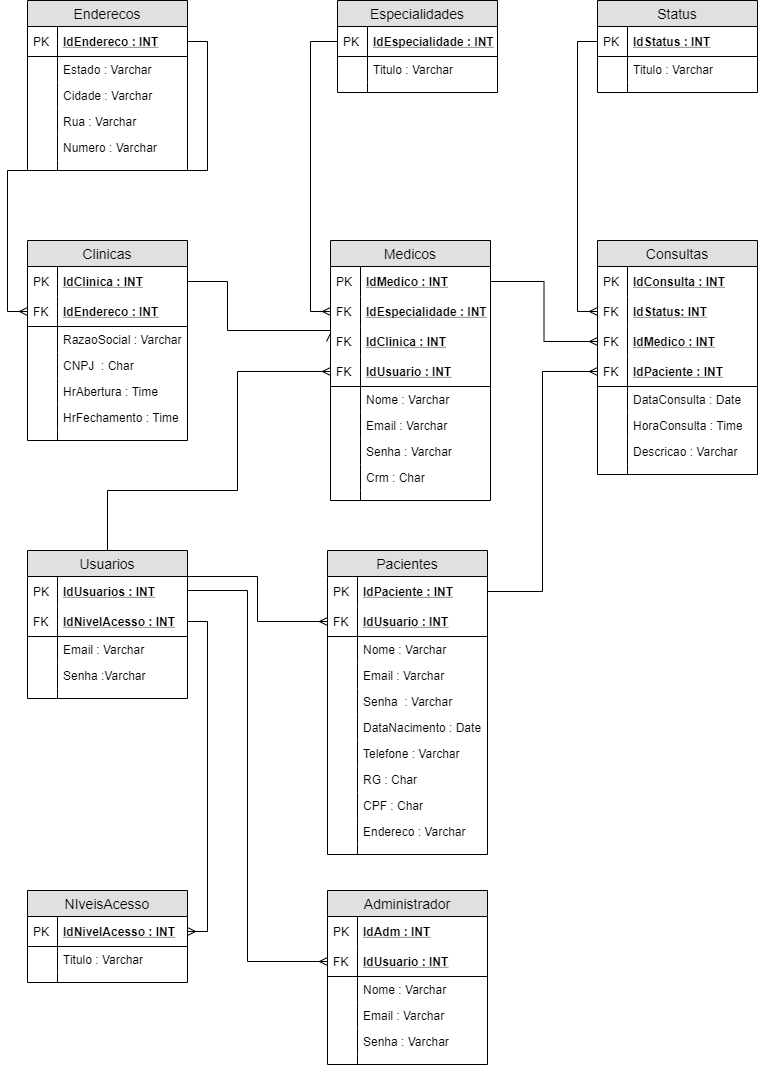
This is Modelagem/Modelo-02-Fisico .png from israaoliver/Senai_Spmedgroup_sprint1_bd_tarde_IsraelOliveira, a draw.io export, as it was before one commit. Source tidied: cells renumbered, new cells last; positions are measured from the earlier drawing's top-left corner, leaving out a move shared by most shapes.
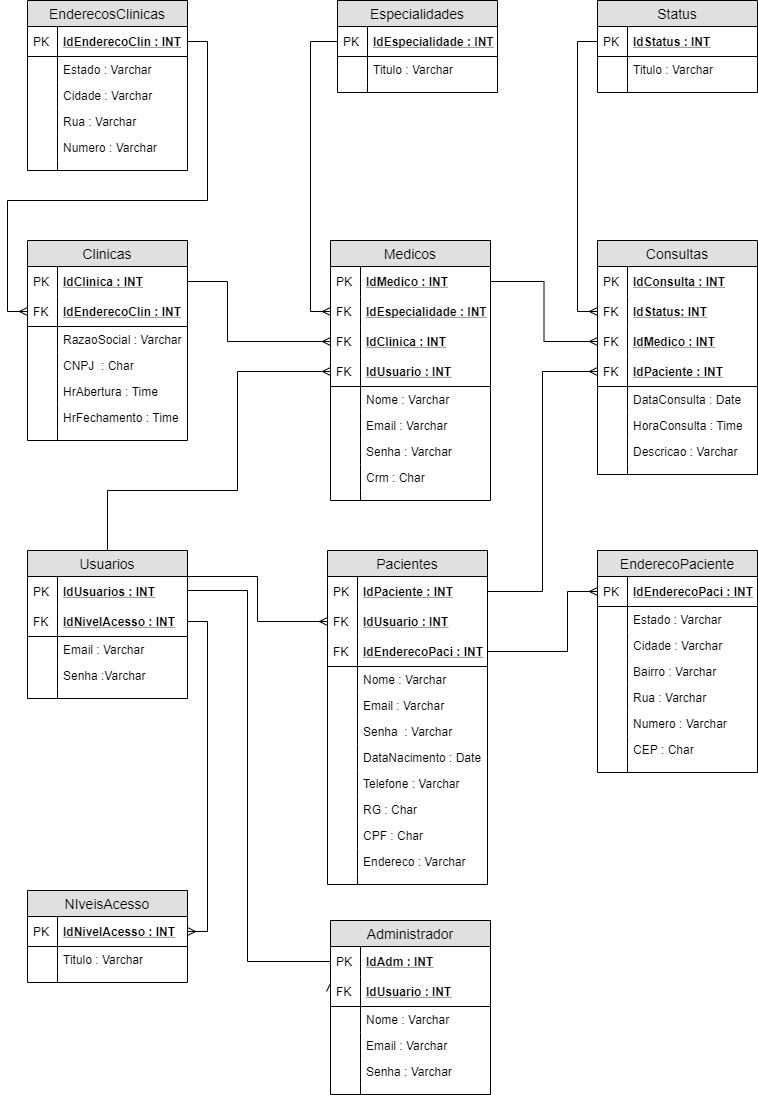
Above is the later version.

The edit, as a diff of the source:
```diff
@@ -6,16 +6,16 @@
       <mxGeometry relative="1" as="geometry">
         <Array as="points">
           <mxPoint x="200" y="41" />
-          <mxPoint x="200" y="170" />
-          <mxPoint y="170" />
+          <mxPoint x="200" y="200" />
+          <mxPoint y="200" />
           <mxPoint y="311" />
         </Array>
       </mxGeometry>
     </mxCell>
-    <mxCell id="3" value="Enderecos" style="swimlane;fontStyle=0;horizontal=1;startSize=26;fillColor=#e0e0e0;swimlaneFillColor=#ffffff;align=center;fontSize=14;" parent="1" vertex="1">
+    <mxCell id="3" value="EnderecosClinicas" style="swimlane;fontStyle=0;horizontal=1;startSize=26;fillColor=#e0e0e0;swimlaneFillColor=#ffffff;align=center;fontSize=14;" parent="1" vertex="1">
       <mxGeometry x="20" width="160" height="170" as="geometry" />
     </mxCell>
-    <mxCell id="4" value="IdEndereco : INT" style="shape=partialRectangle;top=0;left=0;right=0;bottom=1;align=left;verticalAlign=middle;fillColor=none;spacingLeft=34;spacingRight=4;overflow=hidden;points=[[0,0.5],[1,0.5]];portConstraint=eastwest;fontStyle=5;fontSize=12;" parent="3" vertex="1">
+    <mxCell id="4" value="IdEnderecoClin : INT" style="shape=partialRectangle;top=0;left=0;right=0;bottom=1;align=left;verticalAlign=middle;fillColor=none;spacingLeft=34;spacingRight=4;overflow=hidden;points=[[0,0.5],[1,0.5]];portConstraint=eastwest;fontStyle=5;fontSize=12;" parent="3" vertex="1">
       <mxGeometry y="26" width="160" height="30" as="geometry" />
     </mxCell>
     <mxCell id="5" value="PK" style="shape=partialRectangle;top=0;left=0;bottom=0;fillColor=none;align=left;verticalAlign=middle;spacingLeft=4;spacingRight=4;overflow=hidden;fontSize=12;" parent="4" vertex="1">
@@ -42,9 +42,9 @@
     <mxCell id="12" value="Numero : Varchar" style="shape=partialRectangle;top=0;left=0;right=0;bottom=0;align=left;verticalAlign=top;fillColor=none;spacingLeft=34;spacingRight=4;overflow=hidden;fontSize=12;" parent="3" vertex="1">
       <mxGeometry y="134" width="160" height="26" as="geometry" />
     </mxCell>
-    <mxCell id="13" style="shape=partialRectangle;top=0;left=0;bottom=0;fillColor=none;align=left;verticalAlign=top;spacingLeft=4;spacingRight=4;overflow=hidden;fontSize=12;" parent="12" vertex="1">
-      <mxGeometry width="30" height="26" as="geometry" />
-    </mxCell>
+    <mxCell id="144" style="shape=partialRectangle;top=0;left=0;bottom=0;fillColor=none;align=left;verticalAlign=top;spacingLeft=4;spacingRight=4;overflow=hidden;fontSize=12;" parent="12" vertex="1">
+      <mxGeometry width="30" height="26" as="geometry" />
+    </mxCell>
     <mxCell id="14" style="shape=partialRectangle;top=0;left=0;right=0;bottom=0;align=left;verticalAlign=top;fillColor=none;spacingLeft=34;spacingRight=4;overflow=hidden;fontSize=12;" parent="3" vertex="1">
       <mxGeometry y="160" width="160" height="10" as="geometry" />
     </mxCell>
@@ -100,8 +100,7 @@
       <mxGeometry relative="1" as="geometry">
         <Array as="points">
           <mxPoint x="220" y="281" />
-          <mxPoint x="220" y="330" />
-          <mxPoint x="323" y="330" />
+          <mxPoint x="220" y="341" />
         </Array>
       </mxGeometry>
     </mxCell>
@@ -114,7 +113,7 @@
     <mxCell id="34" value="PK" style="shape=partialRectangle;top=0;left=0;bottom=0;fillColor=none;align=left;verticalAlign=middle;spacingLeft=4;spacingRight=4;overflow=hidden;fontSize=12;" parent="33" vertex="1">
       <mxGeometry width="30" height="30" as="geometry" />
     </mxCell>
-    <mxCell id="35" value="IdEndereco : INT" style="shape=partialRectangle;top=0;left=0;right=0;bottom=1;align=left;verticalAlign=middle;fillColor=none;spacingLeft=34;spacingRight=4;overflow=hidden;points=[[0,0.5],[1,0.5]];portConstraint=eastwest;fontStyle=5;fontSize=12;" parent="32" vertex="1">
+    <mxCell id="35" value="IdEnderecoClin : INT" style="shape=partialRectangle;top=0;left=0;right=0;bottom=1;align=left;verticalAlign=middle;fillColor=none;spacingLeft=34;spacingRight=4;overflow=hidden;points=[[0,0.5],[1,0.5]];portConstraint=eastwest;fontStyle=5;fontSize=12;" parent="32" vertex="1">
       <mxGeometry y="56" width="160" height="30" as="geometry" />
     </mxCell>
     <mxCell id="36" value="FK" style="shape=partialRectangle;top=0;left=0;bottom=0;fillColor=none;align=left;verticalAlign=middle;spacingLeft=4;spacingRight=4;overflow=hidden;fontSize=12;" parent="35" vertex="1">
@@ -290,7 +289,7 @@
       <mxGeometry width="30" height="10" as="geometry" />
     </mxCell>
     <mxCell id="88" value="Pacientes" style="swimlane;fontStyle=0;horizontal=1;startSize=26;fillColor=#e0e0e0;swimlaneFillColor=#ffffff;align=center;fontSize=14;strokeColor=#000000;" parent="1" vertex="1">
-      <mxGeometry x="320" y="550" width="160" height="304" as="geometry" />
+      <mxGeometry x="320" y="550" width="160" height="334" as="geometry" />
     </mxCell>
     <mxCell id="89" value="IdPaciente : INT" style="shape=partialRectangle;top=0;left=0;right=0;bottom=1;align=left;verticalAlign=middle;fillColor=none;spacingLeft=34;spacingRight=4;overflow=hidden;points=[[0,0.5],[1,0.5]];portConstraint=eastwest;fontStyle=5;fontSize=12;strokeColor=none;" parent="88" vertex="1">
       <mxGeometry y="26" width="160" height="30" as="geometry" />
@@ -298,68 +297,74 @@
     <mxCell id="90" value="PK" style="shape=partialRectangle;top=0;left=0;bottom=0;fillColor=none;align=left;verticalAlign=middle;spacingLeft=4;spacingRight=4;overflow=hidden;fontSize=12;" parent="89" vertex="1">
       <mxGeometry width="30" height="30" as="geometry" />
     </mxCell>
-    <mxCell id="91" value="IdUsuario : INT" style="shape=partialRectangle;top=0;left=0;right=0;bottom=1;align=left;verticalAlign=middle;fillColor=none;spacingLeft=34;spacingRight=4;overflow=hidden;points=[[0,0.5],[1,0.5]];portConstraint=eastwest;fontStyle=5;fontSize=12;" parent="88" vertex="1">
+    <mxCell id="91" value="IdUsuario : INT" style="shape=partialRectangle;top=0;left=0;right=0;bottom=1;align=left;verticalAlign=middle;fillColor=none;spacingLeft=34;spacingRight=4;overflow=hidden;points=[[0,0.5],[1,0.5]];portConstraint=eastwest;fontStyle=5;fontSize=12;strokeColor=none;" parent="88" vertex="1">
       <mxGeometry y="56" width="160" height="30" as="geometry" />
     </mxCell>
     <mxCell id="92" value="FK" style="shape=partialRectangle;top=0;left=0;bottom=0;fillColor=none;align=left;verticalAlign=middle;spacingLeft=4;spacingRight=4;overflow=hidden;fontSize=12;" parent="91" vertex="1">
       <mxGeometry width="30" height="30" as="geometry" />
     </mxCell>
+    <mxCell id="145" value="IdEnderecoPaci : INT" style="shape=partialRectangle;top=0;left=0;right=0;bottom=1;align=left;verticalAlign=middle;fillColor=none;spacingLeft=34;spacingRight=4;overflow=hidden;points=[[0,0.5],[1,0.5]];portConstraint=eastwest;fontStyle=5;fontSize=12;" parent="88" vertex="1">
+      <mxGeometry y="86" width="160" height="30" as="geometry" />
+    </mxCell>
+    <mxCell id="146" value="FK" style="shape=partialRectangle;top=0;left=0;bottom=0;fillColor=none;align=left;verticalAlign=middle;spacingLeft=4;spacingRight=4;overflow=hidden;fontSize=12;" parent="145" vertex="1">
+      <mxGeometry width="30" height="30" as="geometry" />
+    </mxCell>
     <mxCell id="93" value="Nome : Varchar" style="shape=partialRectangle;top=0;left=0;right=0;bottom=0;align=left;verticalAlign=top;fillColor=none;spacingLeft=34;spacingRight=4;overflow=hidden;fontSize=12;" parent="88" vertex="1">
-      <mxGeometry y="86" width="160" height="26" as="geometry" />
+      <mxGeometry y="116" width="160" height="26" as="geometry" />
     </mxCell>
     <mxCell id="94" style="shape=partialRectangle;top=0;left=0;bottom=0;fillColor=none;align=left;verticalAlign=top;spacingLeft=4;spacingRight=4;overflow=hidden;fontSize=12;" parent="93" vertex="1">
       <mxGeometry width="30" height="26" as="geometry" />
     </mxCell>
     <mxCell id="95" value="Email : Varchar" style="shape=partialRectangle;top=0;left=0;right=0;bottom=0;align=left;verticalAlign=top;fillColor=none;spacingLeft=34;spacingRight=4;overflow=hidden;fontSize=12;" parent="88" vertex="1">
-      <mxGeometry y="112" width="160" height="26" as="geometry" />
+      <mxGeometry y="142" width="160" height="26" as="geometry" />
     </mxCell>
     <mxCell id="96" style="shape=partialRectangle;top=0;left=0;bottom=0;fillColor=none;align=left;verticalAlign=top;spacingLeft=4;spacingRight=4;overflow=hidden;fontSize=12;" parent="95" vertex="1">
       <mxGeometry width="30" height="26" as="geometry" />
     </mxCell>
     <mxCell id="97" value="Senha  : Varchar" style="shape=partialRectangle;top=0;left=0;right=0;bottom=0;align=left;verticalAlign=top;fillColor=none;spacingLeft=34;spacingRight=4;overflow=hidden;fontSize=12;" parent="88" vertex="1">
-      <mxGeometry y="138" width="160" height="26" as="geometry" />
+      <mxGeometry y="168" width="160" height="26" as="geometry" />
     </mxCell>
     <mxCell id="98" style="shape=partialRectangle;top=0;left=0;bottom=0;fillColor=none;align=left;verticalAlign=top;spacingLeft=4;spacingRight=4;overflow=hidden;fontSize=12;" parent="97" vertex="1">
       <mxGeometry width="30" height="26" as="geometry" />
     </mxCell>
     <mxCell id="99" value="DataNacimento : Date" style="shape=partialRectangle;top=0;left=0;right=0;bottom=0;align=left;verticalAlign=top;fillColor=none;spacingLeft=34;spacingRight=4;overflow=hidden;fontSize=12;" parent="88" vertex="1">
-      <mxGeometry y="164" width="160" height="26" as="geometry" />
+      <mxGeometry y="194" width="160" height="26" as="geometry" />
     </mxCell>
     <mxCell id="100" style="shape=partialRectangle;top=0;left=0;bottom=0;fillColor=none;align=left;verticalAlign=top;spacingLeft=4;spacingRight=4;overflow=hidden;fontSize=12;" parent="99" vertex="1">
       <mxGeometry width="30" height="26" as="geometry" />
     </mxCell>
     <mxCell id="101" value="Telefone : Varchar" style="shape=partialRectangle;top=0;left=0;right=0;bottom=0;align=left;verticalAlign=top;fillColor=none;spacingLeft=34;spacingRight=4;overflow=hidden;fontSize=12;" parent="88" vertex="1">
-      <mxGeometry y="190" width="160" height="26" as="geometry" />
+      <mxGeometry y="220" width="160" height="26" as="geometry" />
     </mxCell>
     <mxCell id="102" style="shape=partialRectangle;top=0;left=0;bottom=0;fillColor=none;align=left;verticalAlign=top;spacingLeft=4;spacingRight=4;overflow=hidden;fontSize=12;" parent="101" vertex="1">
       <mxGeometry width="30" height="26" as="geometry" />
     </mxCell>
     <mxCell id="103" value="RG : Char&#10;" style="shape=partialRectangle;top=0;left=0;right=0;bottom=0;align=left;verticalAlign=top;fillColor=none;spacingLeft=34;spacingRight=4;overflow=hidden;fontSize=12;" parent="88" vertex="1">
-      <mxGeometry y="216" width="160" height="26" as="geometry" />
+      <mxGeometry y="246" width="160" height="26" as="geometry" />
     </mxCell>
     <mxCell id="104" style="shape=partialRectangle;top=0;left=0;bottom=0;fillColor=none;align=left;verticalAlign=top;spacingLeft=4;spacingRight=4;overflow=hidden;fontSize=12;" parent="103" vertex="1">
       <mxGeometry width="30" height="26" as="geometry" />
     </mxCell>
     <mxCell id="105" value="CPF : Char" style="shape=partialRectangle;top=0;left=0;right=0;bottom=0;align=left;verticalAlign=top;fillColor=none;spacingLeft=34;spacingRight=4;overflow=hidden;fontSize=12;" parent="88" vertex="1">
-      <mxGeometry y="242" width="160" height="26" as="geometry" />
+      <mxGeometry y="272" width="160" height="26" as="geometry" />
     </mxCell>
     <mxCell id="106" style="shape=partialRectangle;top=0;left=0;bottom=0;fillColor=none;align=left;verticalAlign=top;spacingLeft=4;spacingRight=4;overflow=hidden;fontSize=12;" parent="105" vertex="1">
       <mxGeometry width="30" height="26" as="geometry" />
     </mxCell>
     <mxCell id="107" value="Endereco : Varchar" style="shape=partialRectangle;top=0;left=0;right=0;bottom=0;align=left;verticalAlign=top;fillColor=none;spacingLeft=34;spacingRight=4;overflow=hidden;fontSize=12;" parent="88" vertex="1">
-      <mxGeometry y="268" width="160" height="26" as="geometry" />
+      <mxGeometry y="298" width="160" height="26" as="geometry" />
     </mxCell>
     <mxCell id="108" style="shape=partialRectangle;top=0;left=0;bottom=0;fillColor=none;align=left;verticalAlign=top;spacingLeft=4;spacingRight=4;overflow=hidden;fontSize=12;" parent="107" vertex="1">
       <mxGeometry width="30" height="26" as="geometry" />
     </mxCell>
     <mxCell id="109" style="shape=partialRectangle;top=0;left=0;right=0;bottom=0;align=left;verticalAlign=top;fillColor=none;spacingLeft=34;spacingRight=4;overflow=hidden;fontSize=12;" parent="88" vertex="1">
-      <mxGeometry y="294" width="160" height="10" as="geometry" />
+      <mxGeometry y="324" width="160" height="10" as="geometry" />
     </mxCell>
     <mxCell id="110" style="shape=partialRectangle;top=0;left=0;bottom=0;fillColor=none;align=left;verticalAlign=top;spacingLeft=4;spacingRight=4;overflow=hidden;fontSize=12;" parent="109" vertex="1">
       <mxGeometry width="30" height="10" as="geometry" />
     </mxCell>
     <mxCell id="111" value="Administrador" style="swimlane;fontStyle=0;horizontal=1;startSize=26;fillColor=#e0e0e0;swimlaneFillColor=#ffffff;align=center;fontSize=14;strokeColor=#000000;" parent="1" vertex="1">
-      <mxGeometry x="320" y="890" width="160" height="174" as="geometry" />
+      <mxGeometry x="323" y="920" width="160" height="174" as="geometry" />
     </mxCell>
     <mxCell id="112" value="IdAdm : INT" style="shape=partialRectangle;top=0;left=0;right=0;bottom=1;align=left;verticalAlign=middle;fillColor=none;spacingLeft=34;spacingRight=4;overflow=hidden;fontStyle=5;fontSize=12;strokeColor=none;" parent="111" vertex="1">
       <mxGeometry y="26" width="160" height="30" as="geometry" />
@@ -456,11 +461,70 @@
     <mxCell id="141" style="shape=partialRectangle;top=0;left=0;bottom=0;fillColor=none;align=left;verticalAlign=top;spacingLeft=4;spacingRight=4;overflow=hidden;fontSize=12;" parent="140" vertex="1">
       <mxGeometry width="30" height="10" as="geometry" />
     </mxCell>
+    <mxCell id="143" style="edgeStyle=orthogonalEdgeStyle;rounded=0;jettySize=auto;html=1;entryX=0;entryY=0.5;entryDx=0;entryDy=0;startArrow=none;startFill=0;endArrow=ERmany;endFill=0;fontFamily=Helvetica;" parent="1" edge="1" source="89" target="132">
+      <mxGeometry relative="1" as="geometry" />
+    </mxCell>
+    <mxCell id="147" value="EnderecoPaciente" style="swimlane;fontStyle=0;horizontal=1;startSize=26;fillColor=#e0e0e0;swimlaneFillColor=#ffffff;align=center;fontSize=14;" parent="1" vertex="1">
+      <mxGeometry x="590" y="550" width="160" height="222" as="geometry" />
+    </mxCell>
+    <mxCell id="148" value="IdEnderecoPaci : INT" style="shape=partialRectangle;top=0;left=0;right=0;bottom=1;align=left;verticalAlign=middle;fillColor=none;spacingLeft=34;spacingRight=4;overflow=hidden;points=[[0,0.5],[1,0.5]];portConstraint=eastwest;fontStyle=5;fontSize=12;" parent="147" vertex="1">
+      <mxGeometry y="26" width="160" height="30" as="geometry" />
+    </mxCell>
+    <mxCell id="149" value="PK" style="shape=partialRectangle;top=0;left=0;bottom=0;fillColor=none;align=left;verticalAlign=middle;spacingLeft=4;spacingRight=4;overflow=hidden;fontSize=12;" parent="148" vertex="1">
+      <mxGeometry width="30" height="30" as="geometry" />
+    </mxCell>
+    <mxCell id="150" value="Estado : Varchar" style="shape=partialRectangle;top=0;left=0;right=0;bottom=0;align=left;verticalAlign=middle;fillColor=none;spacingLeft=34;spacingRight=4;overflow=hidden;fontSize=12;fontFamily=Helvetica;" parent="147" vertex="1">
+      <mxGeometry y="56" width="160" height="26" as="geometry" />
+    </mxCell>
+    <mxCell id="151" style="shape=partialRectangle;top=0;left=0;bottom=0;fillColor=none;align=left;verticalAlign=top;spacingLeft=4;spacingRight=4;overflow=hidden;fontSize=12;" parent="150" vertex="1">
+      <mxGeometry width="30" height="26" as="geometry" />
+    </mxCell>
+    <mxCell id="152" value="Cidade : Varchar" style="shape=partialRectangle;top=0;left=0;right=0;bottom=0;align=left;verticalAlign=top;fillColor=none;spacingLeft=34;spacingRight=4;overflow=hidden;fontSize=12;" parent="147" vertex="1">
+      <mxGeometry y="82" width="160" height="26" as="geometry" />
+    </mxCell>
+    <mxCell id="153" style="shape=partialRectangle;top=0;left=0;bottom=0;fillColor=none;align=left;verticalAlign=top;spacingLeft=4;spacingRight=4;overflow=hidden;fontSize=12;" parent="152" vertex="1">
+      <mxGeometry width="30" height="26" as="geometry" />
+    </mxCell>
+    <mxCell id="154" value="Bairro : Varchar" style="shape=partialRectangle;top=0;left=0;right=0;bottom=0;align=left;verticalAlign=top;fillColor=none;spacingLeft=34;spacingRight=4;overflow=hidden;fontSize=12;" parent="147" vertex="1">
+      <mxGeometry y="108" width="160" height="26" as="geometry" />
+    </mxCell>
+    <mxCell id="155" style="shape=partialRectangle;top=0;left=0;bottom=0;fillColor=none;align=left;verticalAlign=top;spacingLeft=4;spacingRight=4;overflow=hidden;fontSize=12;" parent="154" vertex="1">
+      <mxGeometry width="30" height="26" as="geometry" />
+    </mxCell>
+    <mxCell id="156" value="Rua : Varchar" style="shape=partialRectangle;top=0;left=0;right=0;bottom=0;align=left;verticalAlign=top;fillColor=none;spacingLeft=34;spacingRight=4;overflow=hidden;fontSize=12;" parent="147" vertex="1">
+      <mxGeometry y="134" width="160" height="26" as="geometry" />
+    </mxCell>
+    <mxCell id="157" style="shape=partialRectangle;top=0;left=0;bottom=0;fillColor=none;align=left;verticalAlign=top;spacingLeft=4;spacingRight=4;overflow=hidden;fontSize=12;" parent="156" vertex="1">
+      <mxGeometry width="30" height="26" as="geometry" />
+    </mxCell>
+    <mxCell id="158" value="Numero : Varchar" style="shape=partialRectangle;top=0;left=0;right=0;bottom=0;align=left;verticalAlign=top;fillColor=none;spacingLeft=34;spacingRight=4;overflow=hidden;fontSize=12;" parent="147" vertex="1">
+      <mxGeometry y="160" width="160" height="26" as="geometry" />
+    </mxCell>
+    <mxCell id="159" style="shape=partialRectangle;top=0;left=0;bottom=0;fillColor=none;align=left;verticalAlign=top;spacingLeft=4;spacingRight=4;overflow=hidden;fontSize=12;" parent="158" vertex="1">
+      <mxGeometry width="30" height="26" as="geometry" />
+    </mxCell>
+    <mxCell id="160" value="CEP : Char&#10;" style="shape=partialRectangle;top=0;left=0;right=0;bottom=0;align=left;verticalAlign=top;fillColor=none;spacingLeft=34;spacingRight=4;overflow=hidden;fontSize=12;" parent="147" vertex="1">
+      <mxGeometry y="186" width="160" height="26" as="geometry" />
+    </mxCell>
+    <mxCell id="161" style="shape=partialRectangle;top=0;left=0;bottom=0;fillColor=none;align=left;verticalAlign=top;spacingLeft=4;spacingRight=4;overflow=hidden;fontSize=12;" parent="160" vertex="1">
+      <mxGeometry width="30" height="26" as="geometry" />
+    </mxCell>
+    <mxCell id="162" style="shape=partialRectangle;top=0;left=0;right=0;bottom=0;align=left;verticalAlign=top;fillColor=none;spacingLeft=34;spacingRight=4;overflow=hidden;fontSize=12;" parent="147" vertex="1">
+      <mxGeometry y="212" width="160" height="10" as="geometry" />
+    </mxCell>
+    <mxCell id="163" style="shape=partialRectangle;top=0;left=0;bottom=0;fillColor=none;align=left;verticalAlign=top;spacingLeft=4;spacingRight=4;overflow=hidden;fontSize=12;" parent="162" vertex="1">
+      <mxGeometry width="30" height="10" as="geometry" />
+    </mxCell>
-    <mxCell id="142" style="edgeStyle=orthogonalEdgeStyle;rounded=0;jettySize=auto;html=1;entryX=0;entryY=0.5;entryDx=0;entryDy=0;startArrow=none;startFill=0;endArrow=ERmany;endFill=0;fontFamily=Helvetica;" parent="1" edge="1" source="48" target="130">
+    <mxCell id="142" style="edgeStyle=orthogonalEdgeStyle;rounded=0;jettySize=auto;html=1;endArrow=ERmany;endFill=0;" parent="1" edge="1" source="48" target="130">
       <mxGeometry relative="1" as="geometry" />
     </mxCell>
-    <mxCell id="143" style="edgeStyle=orthogonalEdgeStyle;rounded=0;jettySize=auto;html=1;entryX=0;entryY=0.5;entryDx=0;entryDy=0;startArrow=none;startFill=0;endArrow=ERmany;endFill=0;fontFamily=Helvetica;" parent="1" edge="1" source="89" target="132">
-      <mxGeometry relative="1" as="geometry" />
-    </mxCell>
+    <mxCell id="164" style="edgeStyle=orthogonalEdgeStyle;rounded=0;jettySize=auto;html=1;entryX=0;entryY=0.5;entryDx=0;entryDy=0;endArrow=ERmany;endFill=0;" parent="1" edge="1" source="145" target="148">
+      <mxGeometry relative="1" as="geometry">
+        <Array as="points">
+          <mxPoint x="560" y="651" />
+          <mxPoint x="560" y="591" />
+        </Array>
+      </mxGeometry>
+    </mxCell>
   </root>
 </mxGraphModel>
```
